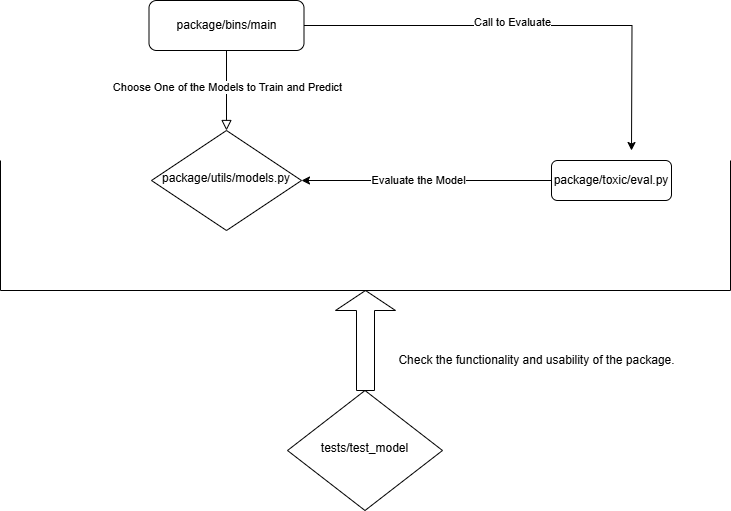
Before: images/package_flow.png, a diagram exported from draw.io (5400FinalGroup/5400Final). Source tidied: cells renumbered, new cells last; positions are measured from the earlier drawing's top-left corner, leaving out a move shared by most shapes. Source of this version:
```xml
<mxGraphModel>
  <root>
    <mxCell id="0" />
    <mxCell id="1" parent="0" />
    <mxCell id="2" style="rounded=0;html=1;jettySize=auto;fontSize=11;endArrow=block;endFill=0;endSize=8;strokeWidth=1;shadow=0;labelBackgroundColor=none;edgeStyle=orthogonalEdgeStyle;" parent="1" edge="1" source="6" target="7">
      <mxGeometry relative="1" as="geometry" />
    </mxCell>
    <mxCell id="3" value="Choose One of the Models to Train and Predict" style="edgeLabel;html=1;align=center;verticalAlign=middle;" parent="2" vertex="1">
      <mxGeometry x="-0.1" relative="1" as="geometry" />
    </mxCell>
    <mxCell id="4" style="edgeStyle=orthogonalEdgeStyle;rounded=0;jettySize=auto;html=1;" parent="1" edge="1" source="6">
      <mxGeometry relative="1" as="geometry">
        <mxPoint x="631" y="150" as="targetPoint" />
      </mxGeometry>
    </mxCell>
    <mxCell id="5" value="Call to Evaluate" style="edgeLabel;html=1;align=center;verticalAlign=middle;" parent="4" vertex="1">
      <mxGeometry x="-0.08" y="4" relative="1" as="geometry">
        <mxPoint x="1" as="offset" />
      </mxGeometry>
    </mxCell>
    <mxCell id="6" value="package/bins/main" style="rounded=1;whiteSpace=wrap;html=1;fontSize=12;glass=0;strokeWidth=1;shadow=0;" parent="1" vertex="1">
      <mxGeometry x="148.5" width="155" height="50" as="geometry" />
    </mxCell>
    <mxCell id="7" value="package/utils/models.py" style="rhombus;whiteSpace=wrap;html=1;shadow=0;fontFamily=Helvetica;fontSize=12;align=center;strokeWidth=1;spacing=6;spacingTop=-4;" parent="1" vertex="1">
      <mxGeometry x="151" y="130" width="150" height="100" as="geometry" />
    </mxCell>
    <mxCell id="8" style="edgeStyle=orthogonalEdgeStyle;rounded=0;jettySize=auto;html=1;" parent="1" edge="1" source="10" target="7">
      <mxGeometry relative="1" as="geometry" />
    </mxCell>
    <mxCell id="9" value="Evaluate the Model" style="edgeLabel;html=1;align=center;verticalAlign=middle;" parent="8" vertex="1">
      <mxGeometry x="0.07" y="-1" relative="1" as="geometry" />
    </mxCell>
    <mxCell id="10" value="package/toxic/eval.py" style="rounded=1;whiteSpace=wrap;html=1;fontSize=12;glass=0;strokeWidth=1;shadow=0;" parent="1" vertex="1">
      <mxGeometry x="551" y="160" width="120" height="40" as="geometry" />
    </mxCell>
    <mxCell id="11" value="tests/test_model" style="rhombus;whiteSpace=wrap;html=1;shadow=0;fontFamily=Helvetica;fontSize=12;align=center;strokeWidth=1;spacing=6;spacingTop=-4;" parent="1" vertex="1">
      <mxGeometry x="287" y="390" width="155" height="120" as="geometry" />
    </mxCell>
    <mxCell id="12" style="shape=singleArrow;direction=north;whiteSpace=wrap;html=1;" parent="1" vertex="1">
      <mxGeometry x="335" y="290" width="60" height="100" as="geometry" />
    </mxCell>
    <mxCell id="13" style="shape=partialRectangle;whiteSpace=wrap;html=1;bottom=1;right=1;left=1;top=0;fillColor=none;routingCenterX=-0.5;" parent="1" vertex="1">
      <mxGeometry y="160" width="730" height="130" as="geometry" />
    </mxCell>
    <mxCell id="14" value="Check the functionality and usability of the package." style="text;html=1;align=center;verticalAlign=middle;whiteSpace=wrap;rounded=0;" parent="1" vertex="1">
      <mxGeometry x="382" y="340" width="309" height="40" as="geometry" />
    </mxCell>
  </root>
</mxGraphModel>
```
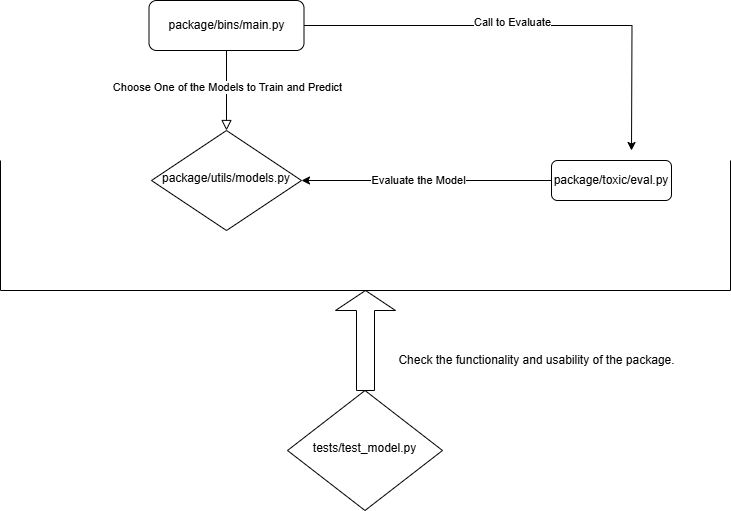
After the change.

The edit, as a diff of the source:
```diff
@@ -18,7 +18,7 @@
         <mxPoint x="1" as="offset" />
       </mxGeometry>
     </mxCell>
-    <mxCell id="6" value="package/bins/main" style="rounded=1;whiteSpace=wrap;html=1;fontSize=12;glass=0;strokeWidth=1;shadow=0;" parent="1" vertex="1">
+    <mxCell id="6" value="package/bins/main.py" style="rounded=1;whiteSpace=wrap;html=1;fontSize=12;glass=0;strokeWidth=1;shadow=0;" parent="1" vertex="1">
       <mxGeometry x="148.5" width="155" height="50" as="geometry" />
     </mxCell>
     <mxCell id="7" value="package/utils/models.py" style="rhombus;whiteSpace=wrap;html=1;shadow=0;fontFamily=Helvetica;fontSize=12;align=center;strokeWidth=1;spacing=6;spacingTop=-4;" parent="1" vertex="1">
@@ -33,7 +33,7 @@
     <mxCell id="10" value="package/toxic/eval.py" style="rounded=1;whiteSpace=wrap;html=1;fontSize=12;glass=0;strokeWidth=1;shadow=0;" parent="1" vertex="1">
       <mxGeometry x="551" y="160" width="120" height="40" as="geometry" />
     </mxCell>
-    <mxCell id="11" value="tests/test_model" style="rhombus;whiteSpace=wrap;html=1;shadow=0;fontFamily=Helvetica;fontSize=12;align=center;strokeWidth=1;spacing=6;spacingTop=-4;" parent="1" vertex="1">
+    <mxCell id="11" value="tests/test_model.py" style="rhombus;whiteSpace=wrap;html=1;shadow=0;fontFamily=Helvetica;fontSize=12;align=center;strokeWidth=1;spacing=6;spacingTop=-4;" parent="1" vertex="1">
       <mxGeometry x="287" y="390" width="155" height="120" as="geometry" />
     </mxCell>
     <mxCell id="12" style="shape=singleArrow;direction=north;whiteSpace=wrap;html=1;" parent="1" vertex="1">
```
